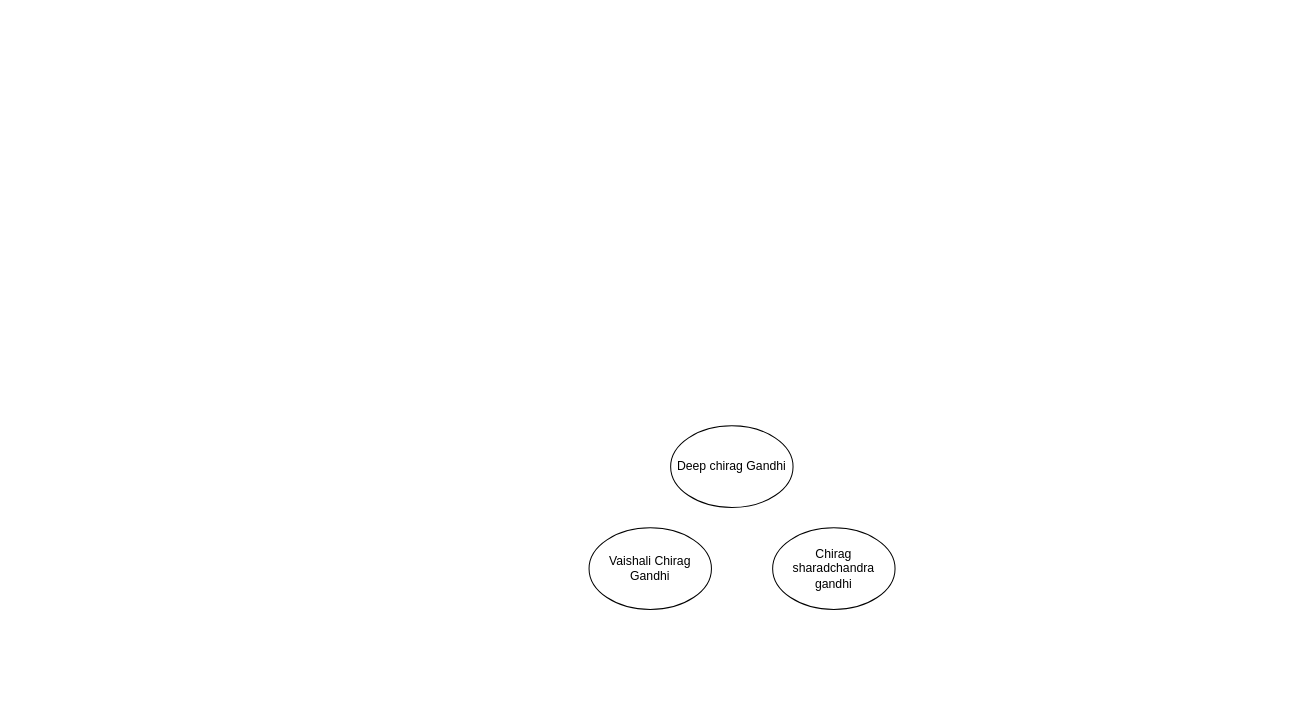
Above: Untitled Diagram.drawio in DeepGandhi4444/tables-diagram (draw.io), before the change. Source tidied: cells renumbered, new cells numbered last; positions are measured from the earlier drawing's top-left corner, leaving out a move shared by most shapes. Both pictures are drawn from the tidied source at 102%, with x=0, y=0 at pixel (589, 425).
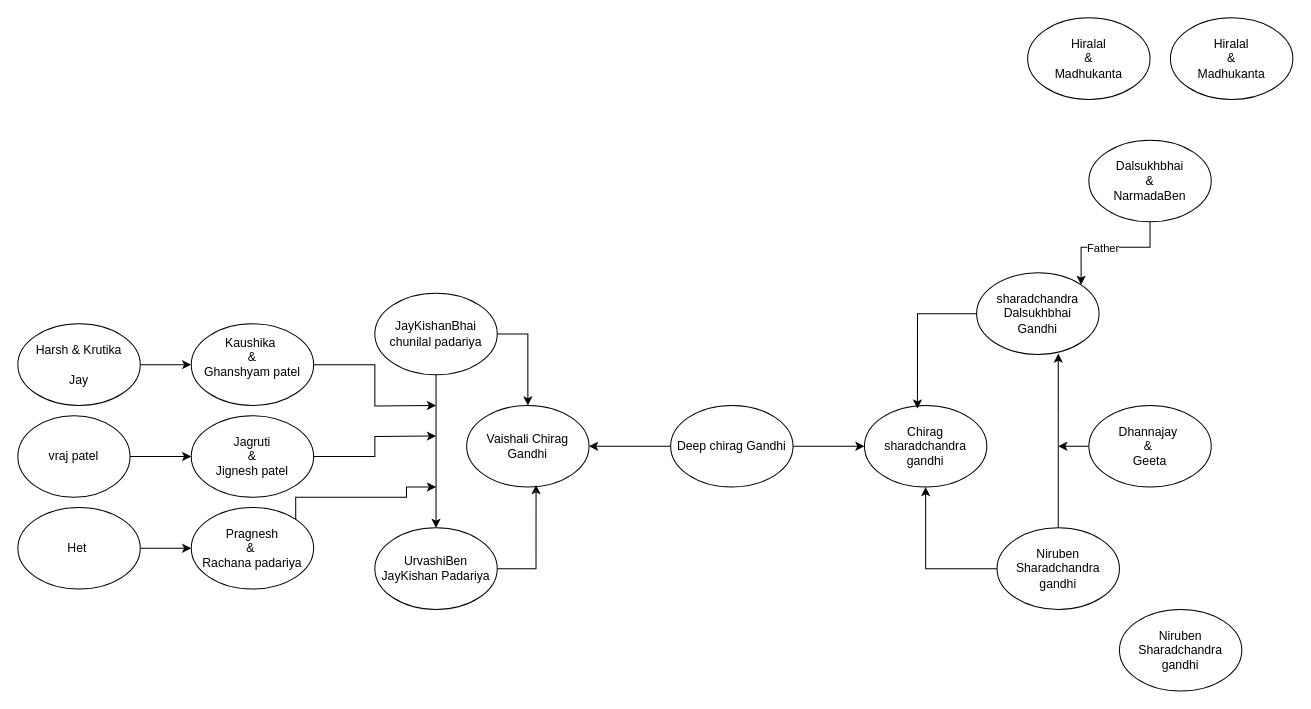
The same page after the edit.

What changed in the source:
```diff
@@
+    <mxCell id="5" style="edgeStyle=orthogonalEdgeStyle;rounded=0;jettySize=auto;html=1;exitX=0;exitY=0.5;exitDx=0;exitDy=0;" parent="1" edge="1" source="2" target="3">
+      <mxGeometry relative="1" as="geometry" />
+    </mxCell>
+    <mxCell id="6" style="edgeStyle=orthogonalEdgeStyle;rounded=0;jettySize=auto;html=1;exitX=1;exitY=0.5;exitDx=0;exitDy=0;entryX=0;entryY=0.5;entryDx=0;entryDy=0;" parent="1" edge="1" source="2" target="4">
+      <mxGeometry relative="1" as="geometry" />
+    </mxCell>
     <mxCell id="2" value="Deep chirag Gandhi" style="ellipse;whiteSpace=wrap;html=1;" parent="1" vertex="1">
-      <mxGeometry x="80" width="120" height="80" as="geometry" />
+      <mxGeometry x="80" y="-20" width="120" height="80" as="geometry" />
     </mxCell>
     <mxCell id="3" value="Vaishali Chirag Gandhi" style="ellipse;whiteSpace=wrap;html=1;" parent="1" vertex="1">
-      <mxGeometry y="100" width="120" height="80" as="geometry" />
+      <mxGeometry x="-120" y="-20" width="120" height="80" as="geometry" />
     </mxCell>
     <mxCell id="4" value="Chirag sharadchandra gandhi" style="ellipse;whiteSpace=wrap;html=1;" parent="1" vertex="1">
-      <mxGeometry x="180" y="100" width="120" height="80" as="geometry" />
+      <mxGeometry x="270" y="-20" width="120" height="80" as="geometry" />
     </mxCell>
+    <mxCell id="7" style="edgeStyle=orthogonalEdgeStyle;rounded=0;jettySize=auto;html=1;exitX=1;exitY=0.5;exitDx=0;exitDy=0;entryX=0.5;entryY=0;entryDx=0;entryDy=0;" parent="1" edge="1" source="9" target="3">
+      <mxGeometry relative="1" as="geometry" />
+    </mxCell>
+    <mxCell id="8" style="edgeStyle=orthogonalEdgeStyle;rounded=0;jettySize=auto;html=1;" parent="1" edge="1" source="9" target="10">
+      <mxGeometry relative="1" as="geometry" />
+    </mxCell>
+    <mxCell id="9" value="JayKishanBhai chunilal padariya" style="ellipse;whiteSpace=wrap;html=1;" parent="1" vertex="1">
+      <mxGeometry x="-210" y="-130" width="120" height="80" as="geometry" />
+    </mxCell>
+    <mxCell id="10" value="UrvashiBen JayKishan Padariya" style="ellipse;whiteSpace=wrap;html=1;" parent="1" vertex="1">
+      <mxGeometry x="-210" y="100" width="120" height="80" as="geometry" />
+    </mxCell>
+    <mxCell id="11" style="edgeStyle=orthogonalEdgeStyle;rounded=0;jettySize=auto;html=1;exitX=1;exitY=0.5;exitDx=0;exitDy=0;entryX=0.567;entryY=0.975;entryDx=0;entryDy=0;entryPerimeter=0;" parent="1" edge="1" source="10" target="3">
+      <mxGeometry relative="1" as="geometry" />
+    </mxCell>
+    <mxCell id="12" value="sharadchandra&lt;div&gt;Dalsukhbhai&lt;/div&gt;&lt;div&gt;Gandhi&lt;/div&gt;" style="ellipse;whiteSpace=wrap;html=1;" parent="1" vertex="1">
+      <mxGeometry x="380" y="-150" width="120" height="80" as="geometry" />
+    </mxCell>
+    <mxCell id="13" style="edgeStyle=orthogonalEdgeStyle;rounded=0;jettySize=auto;html=1;exitX=0;exitY=0.5;exitDx=0;exitDy=0;entryX=0.5;entryY=1;entryDx=0;entryDy=0;" parent="1" edge="1" source="14" target="4">
+      <mxGeometry relative="1" as="geometry" />
+    </mxCell>
+    <mxCell id="14" value="Niruben Sharadchandra gandhi" style="ellipse;whiteSpace=wrap;html=1;" parent="1" vertex="1">
+      <mxGeometry x="400" y="100" width="120" height="80" as="geometry" />
+    </mxCell>
+    <mxCell id="15" style="edgeStyle=orthogonalEdgeStyle;rounded=0;jettySize=auto;html=1;exitX=0;exitY=0.5;exitDx=0;exitDy=0;entryX=0.433;entryY=0.038;entryDx=0;entryDy=0;entryPerimeter=0;" parent="1" edge="1" source="12" target="4">
+      <mxGeometry relative="1" as="geometry" />
+    </mxCell>
+    <mxCell id="16" value="Niruben Sharadchandra gandhi" style="ellipse;whiteSpace=wrap;html=1;" parent="1" vertex="1">
+      <mxGeometry x="520" y="180" width="120" height="80" as="geometry" />
+    </mxCell>
+    <mxCell id="17" style="edgeStyle=orthogonalEdgeStyle;rounded=0;jettySize=auto;html=1;" parent="1" edge="1" source="18">
+      <mxGeometry relative="1" as="geometry">
+        <mxPoint x="460" y="20" as="targetPoint" />
+      </mxGeometry>
+    </mxCell>
+    <mxCell id="18" value="Dhannajay&amp;nbsp;&lt;div&gt;&amp;amp;&amp;nbsp;&lt;/div&gt;&lt;div&gt;Geeta&lt;/div&gt;" style="ellipse;whiteSpace=wrap;html=1;" parent="1" vertex="1">
+      <mxGeometry x="490" y="-20" width="120" height="80" as="geometry" />
+    </mxCell>
+    <mxCell id="19" style="edgeStyle=orthogonalEdgeStyle;rounded=0;jettySize=auto;html=1;entryX=0.667;entryY=0.988;entryDx=0;entryDy=0;entryPerimeter=0;" parent="1" edge="1" source="14" target="12">
+      <mxGeometry relative="1" as="geometry" />
+    </mxCell>
+    <mxCell id="20" style="edgeStyle=orthogonalEdgeStyle;rounded=0;jettySize=auto;html=1;" parent="1" edge="1" source="21">
+      <mxGeometry relative="1" as="geometry">
+        <mxPoint x="-150" y="-20" as="targetPoint" />
+      </mxGeometry>
+    </mxCell>
+    <mxCell id="21" value="Kaushika&amp;nbsp;&lt;div&gt;&amp;amp;&lt;/div&gt;&lt;div&gt;Ghanshyam patel&lt;/div&gt;&lt;div&gt;&lt;br&gt;&lt;/div&gt;" style="ellipse;whiteSpace=wrap;html=1;" parent="1" vertex="1">
+      <mxGeometry x="-390" y="-100" width="120" height="80" as="geometry" />
+    </mxCell>
+    <mxCell id="22" style="edgeStyle=orthogonalEdgeStyle;rounded=0;jettySize=auto;html=1;exitX=1;exitY=0.5;exitDx=0;exitDy=0;" parent="1" edge="1" source="23">
+      <mxGeometry relative="1" as="geometry">
+        <mxPoint x="-150" y="10" as="targetPoint" />
+      </mxGeometry>
+    </mxCell>
+    <mxCell id="23" value="&lt;div&gt;Jagruti&lt;/div&gt;&lt;div&gt;&amp;amp;&lt;/div&gt;&lt;div&gt;Jignesh&amp;nbsp;&lt;span style=&quot;background-color: transparent; color: light-dark(rgb(0, 0, 0), rgb(255, 255, 255));&quot;&gt;patel&lt;/span&gt;&lt;/div&gt;" style="ellipse;whiteSpace=wrap;html=1;" parent="1" vertex="1">
+      <mxGeometry x="-390" y="-10" width="120" height="80" as="geometry" />
+    </mxCell>
+    <mxCell id="24" style="edgeStyle=orthogonalEdgeStyle;rounded=0;jettySize=auto;html=1;exitX=1;exitY=0;exitDx=0;exitDy=0;" parent="1" edge="1" source="25">
+      <mxGeometry relative="1" as="geometry">
+        <mxPoint x="-150" y="60" as="targetPoint" />
+        <Array as="points">
+          <mxPoint x="-288" y="70" />
+          <mxPoint x="-179" y="70" />
+          <mxPoint x="-179" y="60" />
+        </Array>
+      </mxGeometry>
+    </mxCell>
+    <mxCell id="25" value="Pragnesh&lt;div&gt;&amp;amp;&amp;nbsp;&lt;/div&gt;&lt;div&gt;Rachana padariya&lt;/div&gt;" style="ellipse;whiteSpace=wrap;html=1;" parent="1" vertex="1">
+      <mxGeometry x="-390" y="80" width="120" height="80" as="geometry" />
+    </mxCell>
+    <mxCell id="26" style="edgeStyle=orthogonalEdgeStyle;rounded=0;jettySize=auto;html=1;exitX=1;exitY=0.5;exitDx=0;exitDy=0;" parent="1" edge="1" source="27" target="21">
+      <mxGeometry relative="1" as="geometry" />
+    </mxCell>
+    <mxCell id="27" value="Harsh &amp;amp; Krutika&lt;div&gt;&lt;br&gt;&lt;/div&gt;&lt;div&gt;Jay&lt;/div&gt;" style="ellipse;whiteSpace=wrap;html=1;" parent="1" vertex="1">
+      <mxGeometry x="-560" y="-100" width="120" height="80" as="geometry" />
+    </mxCell>
+    <mxCell id="28" style="edgeStyle=orthogonalEdgeStyle;rounded=0;jettySize=auto;html=1;exitX=1;exitY=0.5;exitDx=0;exitDy=0;entryX=0;entryY=0.5;entryDx=0;entryDy=0;" parent="1" edge="1" source="29" target="23">
+      <mxGeometry relative="1" as="geometry" />
+    </mxCell>
+    <mxCell id="29" value="vraj patel" style="ellipse;whiteSpace=wrap;html=1;" parent="1" vertex="1">
+      <mxGeometry x="-560" y="-10" width="110" height="80" as="geometry" />
+    </mxCell>
+    <mxCell id="30" style="edgeStyle=orthogonalEdgeStyle;rounded=0;jettySize=auto;html=1;exitX=1;exitY=0.5;exitDx=0;exitDy=0;" parent="1" edge="1" source="31" target="25">
+      <mxGeometry relative="1" as="geometry" />
+    </mxCell>
+    <mxCell id="31" value="Het&amp;nbsp;" style="ellipse;whiteSpace=wrap;html=1;" parent="1" vertex="1">
+      <mxGeometry x="-560" y="80" width="120" height="80" as="geometry" />
+    </mxCell>
+    <mxCell id="32" style="edgeStyle=orthogonalEdgeStyle;rounded=0;jettySize=auto;html=1;exitX=0.5;exitY=1;exitDx=0;exitDy=0;entryX=1;entryY=0;entryDx=0;entryDy=0;" parent="1" edge="1" source="34" target="12">
+      <mxGeometry relative="1" as="geometry" />
+    </mxCell>
+    <mxCell id="33" value="Father" style="edgeLabel;html=1;align=center;verticalAlign=middle;" parent="32" vertex="1">
+      <mxGeometry x="0.11" relative="1" as="geometry" />
+    </mxCell>
+    <mxCell id="34" value="Dalsukhbhai&lt;div&gt;&amp;amp;&lt;/div&gt;&lt;div&gt;NarmadaBen&lt;/div&gt;" style="ellipse;whiteSpace=wrap;html=1;" parent="1" vertex="1">
+      <mxGeometry x="490" y="-280" width="120" height="80" as="geometry" />
+    </mxCell>
+    <mxCell id="35" value="Hiralal&lt;div&gt;&amp;amp;&lt;/div&gt;&lt;div&gt;Madhukanta&lt;/div&gt;" style="ellipse;whiteSpace=wrap;html=1;" parent="1" vertex="1">
+      <mxGeometry x="430" y="-400" width="120" height="80" as="geometry" />
+    </mxCell>
+    <mxCell id="36" value="Hiralal&lt;div&gt;&amp;amp;&lt;/div&gt;&lt;div&gt;Madhukanta&lt;/div&gt;" style="ellipse;whiteSpace=wrap;html=1;" parent="1" vertex="1">
+      <mxGeometry x="570" y="-400" width="120" height="80" as="geometry" />
+    </mxCell>
```
